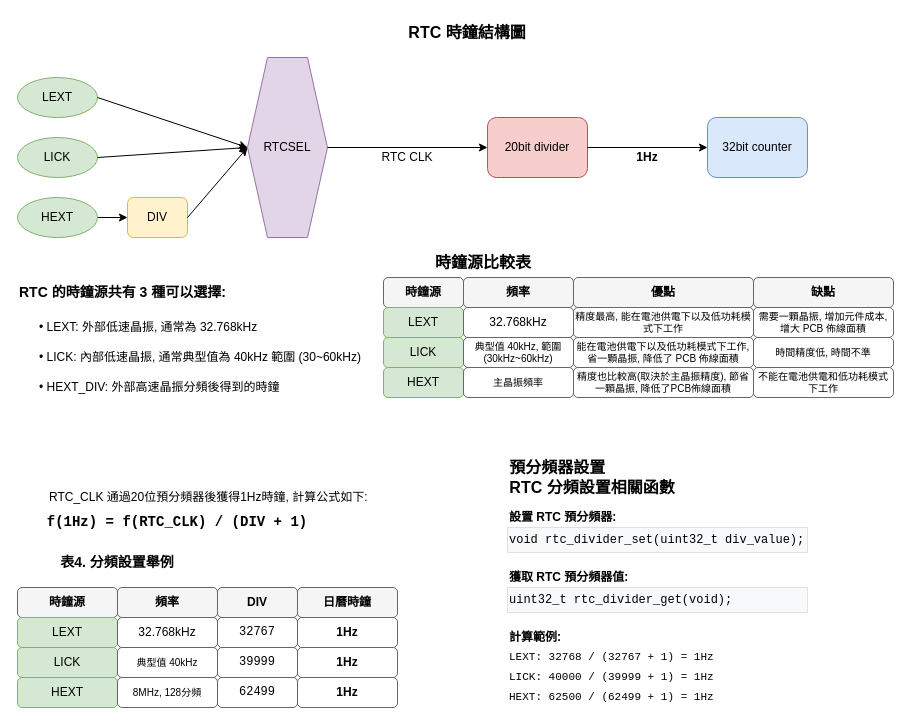
yicheng55/AT32F403A_407_Firmware_Library keeps this draw.io diagram as project/at_start_f403a/examples/rtc/RTC_Clock_Structure.drawio. Above is the earlier version. Source tidied: cells renumbered, new cells numbered last; positions are measured from the earlier drawing's top-left corner, leaving out a move shared by most shapes. Both pictures are drawn from the tidied source at 100%, with x=0, y=0 at pixel (17, 17).
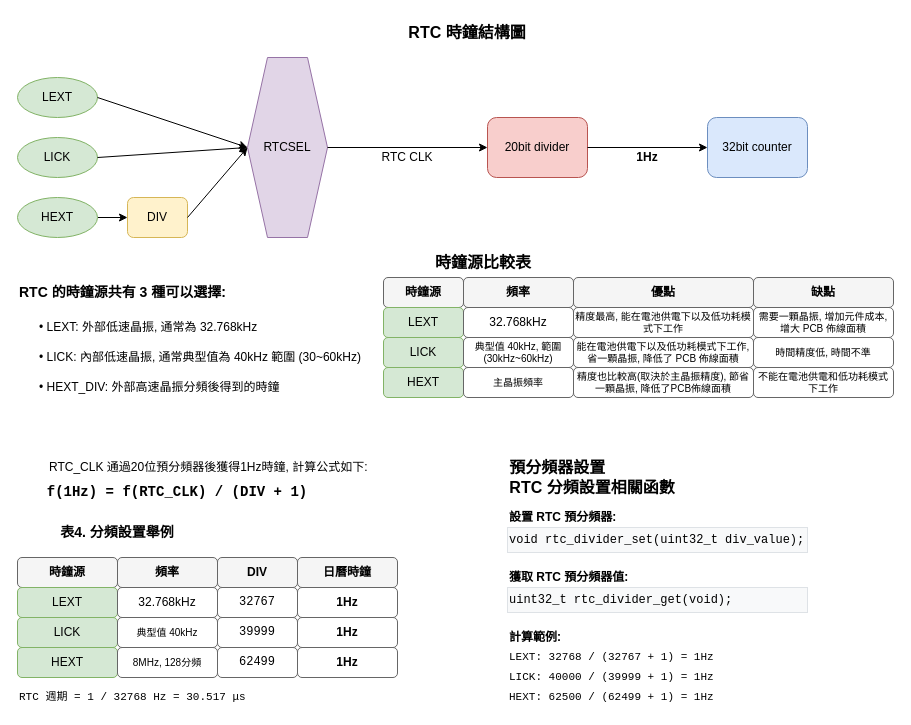
The same diagram, later.

Commit message:
Update RTC_Clock_Structure.drawio to new version with enhanced diagram elements and improved layout

The edit, as a diff of the source:
```diff
@@
     <mxCell id="39" value="RTC_CLK 通過20位預分頻器後獲得1Hz時鐘, 計算公式如下:" style="text;html=1;strokeColor=none;fillColor=none;align=left;verticalAlign=middle;whiteSpace=wrap;rounded=0;fontSize=12;" parent="1" vertex="1">
-      <mxGeometry x="30" y="470" width="400" height="20" as="geometry" />
+      <mxGeometry x="30" y="440" width="400" height="20" as="geometry" />
     </mxCell>
     <mxCell id="40" value="f(1Hz) = f(RTC_CLK) / (DIV + 1)" style="text;html=1;strokeColor=none;fillColor=none;align=center;verticalAlign=middle;whiteSpace=wrap;rounded=0;fontSize=14;fontStyle=1;fontFamily=Courier New;" parent="1" vertex="1">
-      <mxGeometry x="10" y="490" width="300" height="30" as="geometry" />
+      <mxGeometry x="10" y="460" width="300" height="30" as="geometry" />
     </mxCell>
     <mxCell id="41" value="表4. 分頻設置舉例" style="text;html=1;strokeColor=none;fillColor=none;align=center;verticalAlign=middle;whiteSpace=wrap;rounded=0;fontSize=14;fontStyle=1;" parent="1" vertex="1">
-      <mxGeometry y="530" width="200" height="30" as="geometry" />
+      <mxGeometry y="500" width="200" height="30" as="geometry" />
     </mxCell>
     <mxCell id="42" value="時鐘源" style="rounded=1;whiteSpace=wrap;html=1;fillColor=#f5f5f5;strokeColor=#666666;fontStyle=1;" parent="1" vertex="1">
-      <mxGeometry y="570" width="100" height="30" as="geometry" />
+      <mxGeometry y="540" width="100" height="30" as="geometry" />
     </mxCell>
     <mxCell id="43" value="頻率" style="rounded=1;whiteSpace=wrap;html=1;fillColor=#f5f5f5;strokeColor=#666666;fontStyle=1;" parent="1" vertex="1">
-      <mxGeometry x="100" y="570" width="100" height="30" as="geometry" />
+      <mxGeometry x="100" y="540" width="100" height="30" as="geometry" />
     </mxCell>
     <mxCell id="44" value="DIV" style="rounded=1;whiteSpace=wrap;html=1;fillColor=#f5f5f5;strokeColor=#666666;fontStyle=1;" parent="1" vertex="1">
-      <mxGeometry x="200" y="570" width="80" height="30" as="geometry" />
+      <mxGeometry x="200" y="540" width="80" height="30" as="geometry" />
     </mxCell>
     <mxCell id="45" value="日曆時鐘" style="rounded=1;whiteSpace=wrap;html=1;fillColor=#f5f5f5;strokeColor=#666666;fontStyle=1;" parent="1" vertex="1">
-      <mxGeometry x="280" y="570" width="100" height="30" as="geometry" />
+      <mxGeometry x="280" y="540" width="100" height="30" as="geometry" />
     </mxCell>
     <mxCell id="46" value="LEXT" style="rounded=1;whiteSpace=wrap;html=1;fillColor=#d5e8d4;strokeColor=#82b366;" parent="1" vertex="1">
-      <mxGeometry y="600" width="100" height="30" as="geometry" />
+      <mxGeometry y="570" width="100" height="30" as="geometry" />
     </mxCell>
     <mxCell id="47" value="32.768kHz" style="rounded=1;whiteSpace=wrap;html=1;fillColor=#ffffff;strokeColor=#666666;" parent="1" vertex="1">
-      <mxGeometry x="100" y="600" width="100" height="30" as="geometry" />
+      <mxGeometry x="100" y="570" width="100" height="30" as="geometry" />
     </mxCell>
     <mxCell id="48" value="32767" style="rounded=1;whiteSpace=wrap;html=1;fillColor=#ffffff;strokeColor=#666666;fontFamily=Courier New;" parent="1" vertex="1">
-      <mxGeometry x="200" y="600" width="80" height="30" as="geometry" />
+      <mxGeometry x="200" y="570" width="80" height="30" as="geometry" />
     </mxCell>
     <mxCell id="49" value="1Hz" style="rounded=1;whiteSpace=wrap;html=1;fillColor=#ffffff;strokeColor=#666666;fontStyle=1;" parent="1" vertex="1">
-      <mxGeometry x="280" y="600" width="100" height="30" as="geometry" />
+      <mxGeometry x="280" y="570" width="100" height="30" as="geometry" />
     </mxCell>
     <mxCell id="50" value="LICK" style="rounded=1;whiteSpace=wrap;html=1;fillColor=#d5e8d4;strokeColor=#82b366;" parent="1" vertex="1">
-      <mxGeometry y="630" width="100" height="30" as="geometry" />
+      <mxGeometry y="600" width="100" height="30" as="geometry" />
     </mxCell>
     <mxCell id="51" value="典型值 40kHz" style="rounded=1;whiteSpace=wrap;html=1;fillColor=#ffffff;strokeColor=#666666;fontSize=10;" parent="1" vertex="1">
-      <mxGeometry x="100" y="630" width="100" height="30" as="geometry" />
+      <mxGeometry x="100" y="600" width="100" height="30" as="geometry" />
     </mxCell>
     <mxCell id="52" value="39999" style="rounded=1;whiteSpace=wrap;html=1;fillColor=#ffffff;strokeColor=#666666;fontFamily=Courier New;" parent="1" vertex="1">
-      <mxGeometry x="200" y="630" width="80" height="30" as="geometry" />
+      <mxGeometry x="200" y="600" width="80" height="30" as="geometry" />
     </mxCell>
     <mxCell id="53" value="1Hz" style="rounded=1;whiteSpace=wrap;html=1;fillColor=#ffffff;strokeColor=#666666;fontStyle=1;" parent="1" vertex="1">
-      <mxGeometry x="280" y="630" width="100" height="30" as="geometry" />
+      <mxGeometry x="280" y="600" width="100" height="30" as="geometry" />
     </mxCell>
     <mxCell id="54" value="HEXT" style="rounded=1;whiteSpace=wrap;html=1;fillColor=#d5e8d4;strokeColor=#82b366;" parent="1" vertex="1">
-      <mxGeometry y="660" width="100" height="30" as="geometry" />
+      <mxGeometry y="630" width="100" height="30" as="geometry" />
     </mxCell>
     <mxCell id="55" value="8MHz, 128分頻" style="rounded=1;whiteSpace=wrap;html=1;fillColor=#ffffff;strokeColor=#666666;fontSize=10;" parent="1" vertex="1">
-      <mxGeometry x="100" y="660" width="100" height="30" as="geometry" />
+      <mxGeometry x="100" y="630" width="100" height="30" as="geometry" />
     </mxCell>
     <mxCell id="56" value="62499" style="rounded=1;whiteSpace=wrap;html=1;fillColor=#ffffff;strokeColor=#666666;fontFamily=Courier New;" parent="1" vertex="1">
-      <mxGeometry x="200" y="660" width="80" height="30" as="geometry" />
+      <mxGeometry x="200" y="630" width="80" height="30" as="geometry" />
     </mxCell>
     <mxCell id="57" value="1Hz" style="rounded=1;whiteSpace=wrap;html=1;fillColor=#ffffff;strokeColor=#666666;fontStyle=1;" parent="1" vertex="1">
-      <mxGeometry x="280" y="660" width="100" height="30" as="geometry" />
+      <mxGeometry x="280" y="630" width="100" height="30" as="geometry" />
     </mxCell>
@@
+    <mxCell id="67" value="RTC 週期 = 1 / 32768 Hz = 30.517 μs" style="text;html=1;strokeColor=none;fillColor=none;align=left;verticalAlign=middle;whiteSpace=wrap;rounded=0;fontSize=11;fontFamily=Courier New;" parent="1" vertex="1">
+      <mxGeometry y="670" width="300" height="20" as="geometry" />
+    </mxCell>
```
